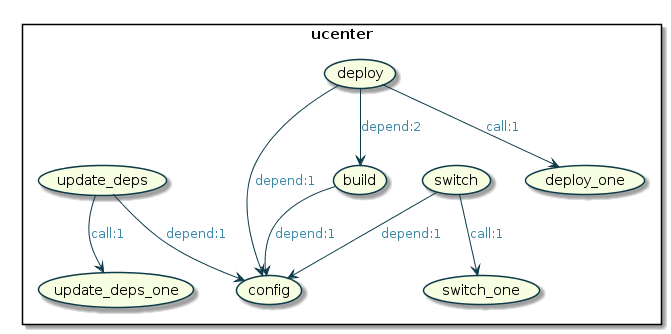
Above: resources/readme/ucenter.png in jawira/phing-visualizer (PlantUML), before the change.
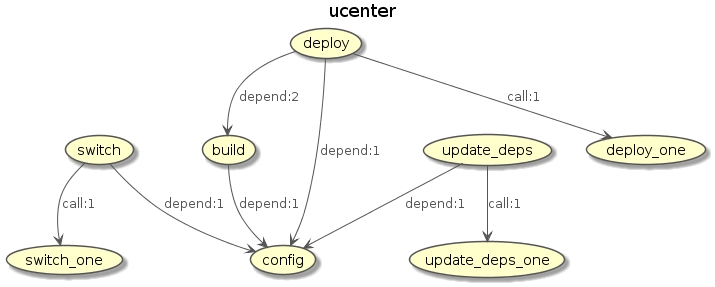
Above is the later version.

The edit, as a diff of the source:
```diff
@@ -1,23 +1,27 @@
 @startuml
+title ucenter
+hide stereotype
 skinparam Arrow {
-Color #0C3A49
-FontColor #3787A6
+Color #555555
+FontColor #555555
 }
-skinparam Usecase {
-BackgroundColor #F7FEE1
-BorderColor #0C3A49
+skinparam UseCase {
+BackgroundColor #FFFFCC
+BorderColor #555555
 }
 
-rectangle "ucenter" {
-(config)
-(build)
-(deploy)
-(deploy_one)
-(switch)
-(switch_one)
-(update_deps)
-(update_deps_one)
+skinparam UseCase {
+BackgroundColor<< ucenter >> #FFFFCC
 }
+(config)<< ucenter >>
+(build)<< ucenter >>
+(deploy)<< ucenter >>
+(deploy_one)<< ucenter >>
+(switch)<< ucenter >>
+(switch_one)<< ucenter >>
+(update_deps)<< ucenter >>
+(update_deps_one)<< ucenter >>
+
 
 (build) --> (config) : depend:1
 (deploy) --> (deploy_one) : call:1
```
